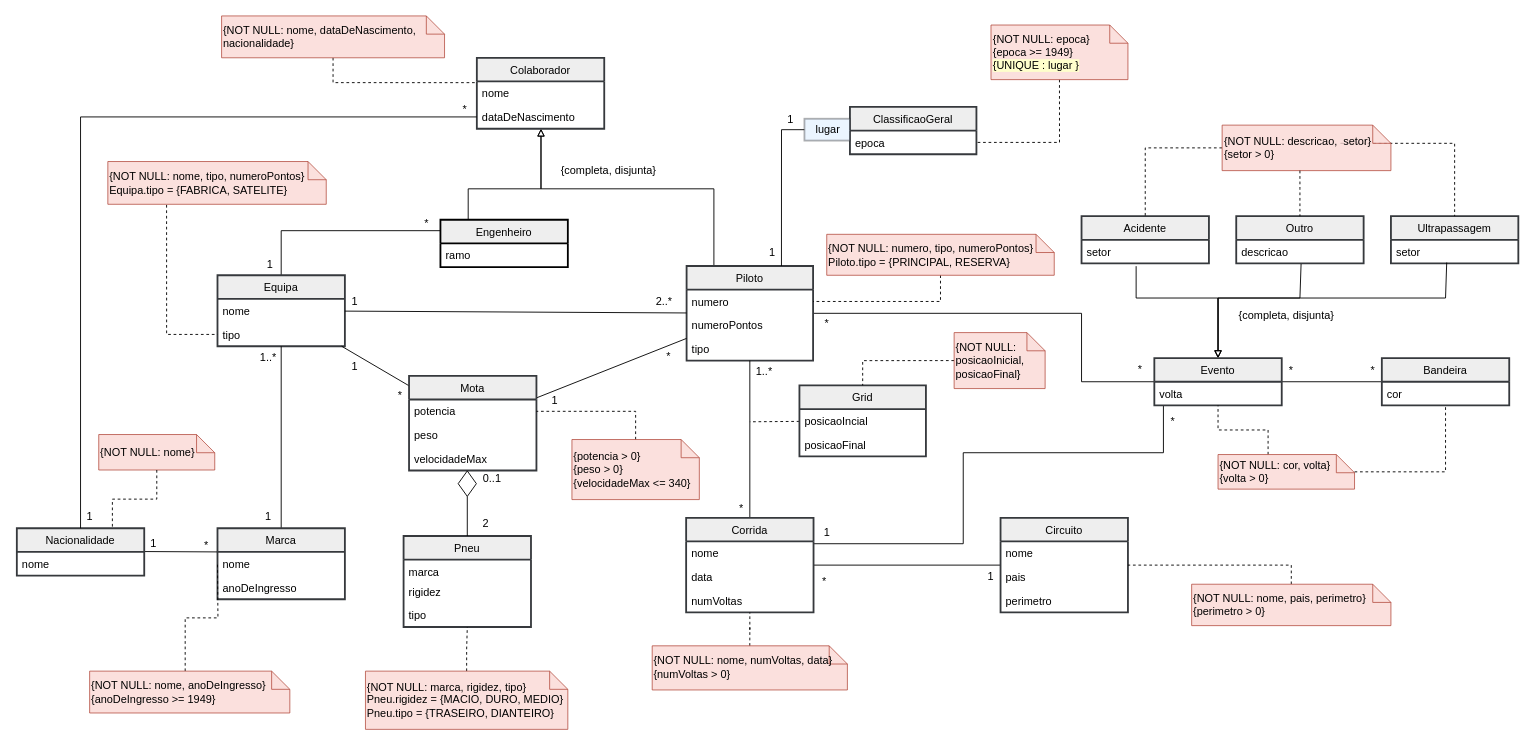
Before: MotoGP-UML-Module.drawio in alexandreggc/BD_MotoGP_Project, a draw.io diagram. Source tidied: cells renumbered, new cells numbered last; positions are measured from the earlier drawing's top-left corner, leaving out a move shared by most shapes. Both pictures are drawn from the tidied source at 91%, with x=0, y=0 at pixel (16, 15).
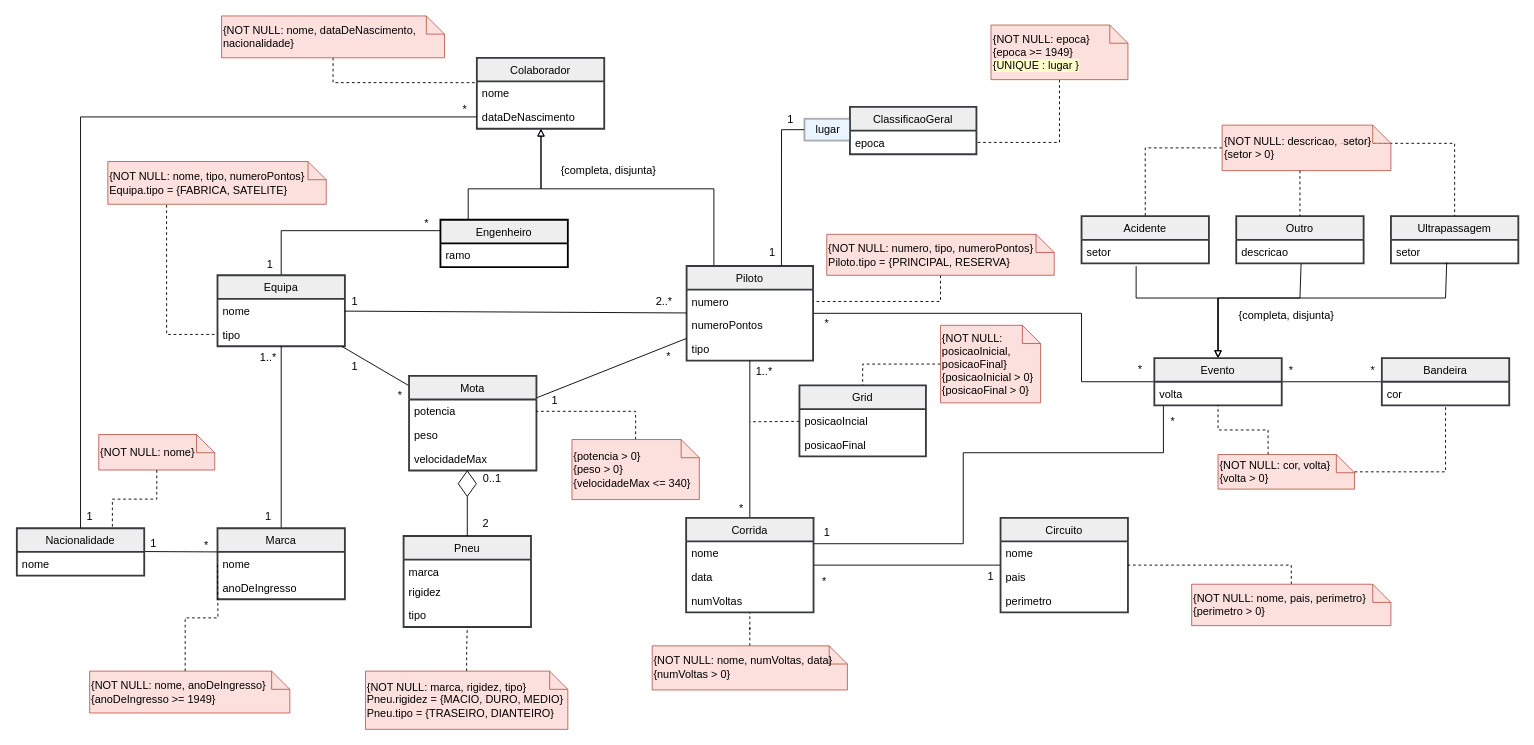
Above is the later version.

Commit message:
Update restricoes da Grid no Modelo UML

Change to the diagram source:
```diff
@@
-    <mxCell id="113" value="&lt;span&gt;{NOT NULL: posicaoInicial, posicaoFinal}&lt;/span&gt;" style="shape=note;size=20;whiteSpace=wrap;html=1;align=left;strokeColor=#ae4132;fillColor=#fad9d5;opacity=80;" parent="1" vertex="1">
-      <mxGeometry x="1030" y="348" width="100" height="61.5" as="geometry" />
+    <mxCell id="113" value="&lt;span&gt;{NOT NULL: posicaoInicial, posicaoFinal}&lt;br&gt;{posicaoInicial &amp;gt; 0}&lt;br&gt;{posicaoFinal &amp;gt; 0}&lt;br&gt;&lt;/span&gt;" style="shape=note;size=20;whiteSpace=wrap;html=1;align=left;strokeColor=#ae4132;fillColor=#fad9d5;opacity=80;" parent="1" vertex="1">
+      <mxGeometry x="1015" y="340" width="110" height="85.2" as="geometry" />
     </mxCell>
```
